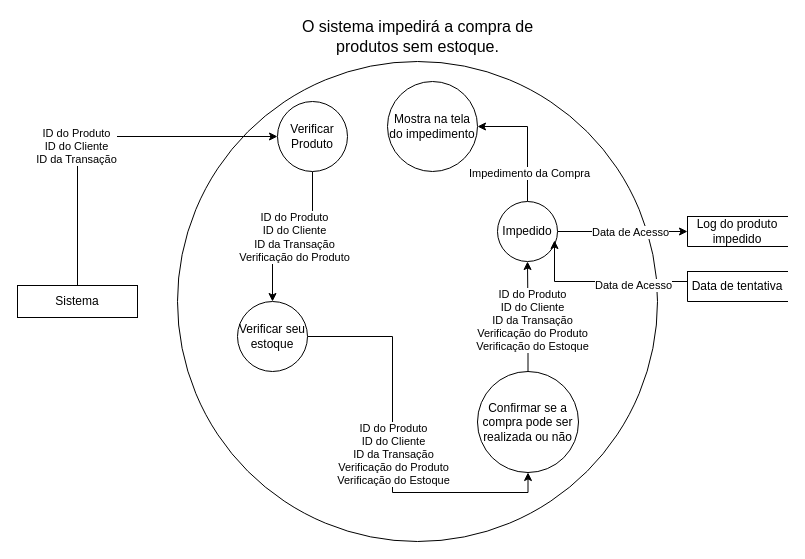
The draw.io diagram page "Página-4" (4 of 15) of diagramas.drawio.xml in JoaoRibeiro-V/BazarOnline, before the edit. Source tidied: cells renumbered, new cells numbered last; positions are measured from the earlier drawing's top-left corner, leaving out a move shared by most shapes. Both pictures are drawn from the tidied source at 100%, with x=0, y=0 at pixel (17, 21).
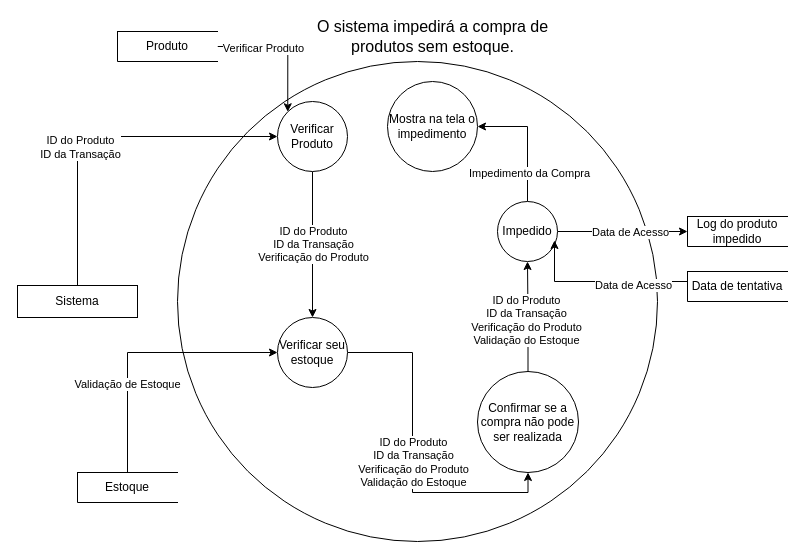
The same diagram, later.

Unchanged cells that the change refers to:
```xml
<mxCell id="3" style="edgeStyle=orthogonalEdgeStyle;rounded=0;jettySize=auto;html=1;exitX=0.5;exitY=0;exitDx=0;exitDy=0;entryX=0;entryY=0.5;entryDx=0;entryDy=0;" parent="1" edge="1" source="5" target="15">
  <mxGeometry relative="1" as="geometry" />
</mxCell>
<mxCell id="7" style="edgeStyle=orthogonalEdgeStyle;rounded=0;jettySize=auto;html=1;exitX=0.5;exitY=0;exitDx=0;exitDy=0;entryX=0.5;entryY=1;entryDx=0;entryDy=0;" parent="1" edge="1" source="9" target="20">
  <mxGeometry relative="1" as="geometry" />
</mxCell>
<mxCell id="10" style="edgeStyle=orthogonalEdgeStyle;rounded=0;jettySize=auto;html=1;exitX=1;exitY=0.5;exitDx=0;exitDy=0;entryX=0.5;entryY=1;entryDx=0;entryDy=0;" parent="1" edge="1" source="12" target="9">
  <mxGeometry relative="1" as="geometry" />
</mxCell>
<mxCell id="13" style="edgeStyle=orthogonalEdgeStyle;rounded=0;jettySize=auto;html=1;exitX=0.5;exitY=1;exitDx=0;exitDy=0;entryX=0.5;entryY=0;entryDx=0;entryDy=0;" parent="1" edge="1" source="15" target="12">
  <mxGeometry relative="1" as="geometry" />
</mxCell>
<mxCell id="15" value="Verificar Produto" style="shape=ellipse;html=1;dashed=0;whiteSpace=wrap;perimeter=ellipsePerimeter;" parent="1" vertex="1">
  <mxGeometry x="260" y="80" width="70" height="70" as="geometry" />
</mxCell>
```

The edit, as a diff of the source:
```diff
@@
-    <mxCell id="4" value="ID do Produto&lt;div&gt;ID do Cliente&lt;/div&gt;&lt;div&gt;ID da Transação&lt;/div&gt;" style="edgeLabel;html=1;align=center;verticalAlign=middle;" parent="3" vertex="1">
+    <mxCell id="4" value="ID do Produto&lt;div&gt;ID da Transação&lt;/div&gt;" style="edgeLabel;html=1;align=center;verticalAlign=middle;" parent="3" vertex="1">
       <mxGeometry x="-0.2" relative="1" as="geometry">
-        <mxPoint x="-2" as="offset" />
+        <mxPoint x="2" y="1" as="offset" />
       </mxGeometry>
     </mxCell>
@@
     <mxCell id="6" value="O sistema impedirá a compra de produtos sem estoque." style="text;html=1;align=center;verticalAlign=middle;whiteSpace=wrap;rounded=0;fontSize=16;" parent="1" vertex="1">
-      <mxGeometry x="279.5" width="241" height="30" as="geometry" />
+      <mxGeometry x="294.5" width="241" height="30" as="geometry" />
     </mxCell>
@@
-    <mxCell id="8" value="ID do Produto&lt;div&gt;ID do Cliente&lt;/div&gt;&lt;div&gt;ID da Transação&lt;/div&gt;&lt;div&gt;Verificação do Produto&lt;/div&gt;&lt;div&gt;Verificação do Estoque&lt;/div&gt;" style="edgeLabel;html=1;align=center;verticalAlign=middle;" parent="7" vertex="1">
-      <mxGeometry x="-0.06" y="-4" relative="1" as="geometry" />
+    <mxCell id="8" value="ID do Produto&lt;div&gt;ID da Transação&lt;/div&gt;&lt;div&gt;Verificação do Produto&lt;/div&gt;&lt;div&gt;Validação do Estoque&lt;/div&gt;" style="edgeLabel;html=1;align=center;verticalAlign=middle;" parent="7" vertex="1">
+      <mxGeometry x="-0.06" y="-4" relative="1" as="geometry">
+        <mxPoint x="-6" as="offset" />
+      </mxGeometry>
     </mxCell>
-    <mxCell id="9" value="Confirmar se a compra pode ser realizada ou não" style="shape=ellipse;html=1;dashed=0;whiteSpace=wrap;perimeter=ellipsePerimeter;" parent="1" vertex="1">
+    <mxCell id="9" value="Confirmar se a compra não pode ser realizada" style="shape=ellipse;html=1;dashed=0;whiteSpace=wrap;perimeter=ellipsePerimeter;" parent="1" vertex="1">
       <mxGeometry x="460" y="350" width="101" height="101" as="geometry" />
     </mxCell>
@@
-    <mxCell id="11" value="ID do Produto&lt;div&gt;ID do Cliente&lt;/div&gt;&lt;div&gt;ID da Transação&lt;/div&gt;&lt;div&gt;Verificação do Produto&lt;/div&gt;&lt;div&gt;Verificação do Estoque&lt;/div&gt;" style="edgeLabel;html=1;align=center;verticalAlign=middle;" parent="10" vertex="1">
+    <mxCell id="11" value="ID do Produto&lt;div&gt;ID da Transação&lt;/div&gt;&lt;div&gt;Verificação do Produto&lt;/div&gt;&lt;div&gt;Validação do Estoque&lt;/div&gt;" style="edgeLabel;html=1;align=center;verticalAlign=middle;" parent="10" vertex="1">
       <mxGeometry x="0.02" relative="1" as="geometry" />
     </mxCell>
     <mxCell id="12" value="Verificar seu estoque" style="shape=ellipse;html=1;dashed=0;whiteSpace=wrap;perimeter=ellipsePerimeter;" parent="1" vertex="1">
-      <mxGeometry x="220" y="280" width="70" height="70" as="geometry" />
+      <mxGeometry x="260" y="296" width="70" height="70" as="geometry" />
     </mxCell>
@@
-    <mxCell id="14" value="ID do Produto&lt;div&gt;ID do Cliente&lt;/div&gt;&lt;div&gt;ID da Transação&lt;/div&gt;&lt;div&gt;Verificação do Produto&lt;/div&gt;" style="edgeLabel;html=1;align=center;verticalAlign=middle;" parent="13" vertex="1">
+    <mxCell id="14" value="ID do Produto&lt;div&gt;ID da Transação&lt;/div&gt;&lt;div&gt;Verificação do Produto&lt;/div&gt;" style="edgeLabel;html=1;align=center;verticalAlign=middle;" parent="13" vertex="1">
       <mxGeometry x="-0.01" relative="1" as="geometry" />
     </mxCell>
@@
-    <mxCell id="22" value="Mostra na tela do impedimento" style="shape=ellipse;html=1;dashed=0;whiteSpace=wrap;perimeter=ellipsePerimeter;" parent="1" vertex="1">
+    <mxCell id="22" value="Mostra na tela o impedimento" style="shape=ellipse;html=1;dashed=0;whiteSpace=wrap;perimeter=ellipsePerimeter;" parent="1" vertex="1">
       <mxGeometry x="370" y="60" width="90" height="90" as="geometry" />
     </mxCell>
@@
+    <mxCell id="26" style="edgeStyle=orthogonalEdgeStyle;rounded=0;jettySize=auto;html=1;exitX=0.5;exitY=0;exitDx=0;exitDy=0;entryX=0;entryY=0.5;entryDx=0;entryDy=0;" parent="1" edge="1" source="28" target="12">
+      <mxGeometry relative="1" as="geometry" />
+    </mxCell>
+    <mxCell id="27" value="Validação de Estoque" style="edgeLabel;html=1;align=center;verticalAlign=middle;" parent="26" vertex="1">
+      <mxGeometry x="-0.34" y="1" relative="1" as="geometry" />
+    </mxCell>
+    <mxCell id="28" value="Estoque" style="html=1;dashed=0;whiteSpace=wrap;shape=partialRectangle;right=0;" parent="1" vertex="1">
+      <mxGeometry x="60" y="451" width="100" height="30" as="geometry" />
+    </mxCell>
+    <mxCell id="29" style="edgeStyle=orthogonalEdgeStyle;rounded=0;jettySize=auto;html=1;exitX=1;exitY=0.5;exitDx=0;exitDy=0;entryX=0;entryY=0;entryDx=0;entryDy=0;" parent="1" edge="1" source="31" target="15">
+      <mxGeometry relative="1" as="geometry" />
+    </mxCell>
+    <mxCell id="30" value="Verificar Produto" style="edgeLabel;html=1;align=center;verticalAlign=middle;" parent="29" vertex="1">
+      <mxGeometry x="-0.47" y="-1" relative="1" as="geometry">
+        <mxPoint x="9" as="offset" />
+      </mxGeometry>
+    </mxCell>
+    <mxCell id="31" value="Produto" style="html=1;dashed=0;whiteSpace=wrap;shape=partialRectangle;right=0;" parent="1" vertex="1">
+      <mxGeometry x="100" y="10" width="100" height="30" as="geometry" />
+    </mxCell>
```
